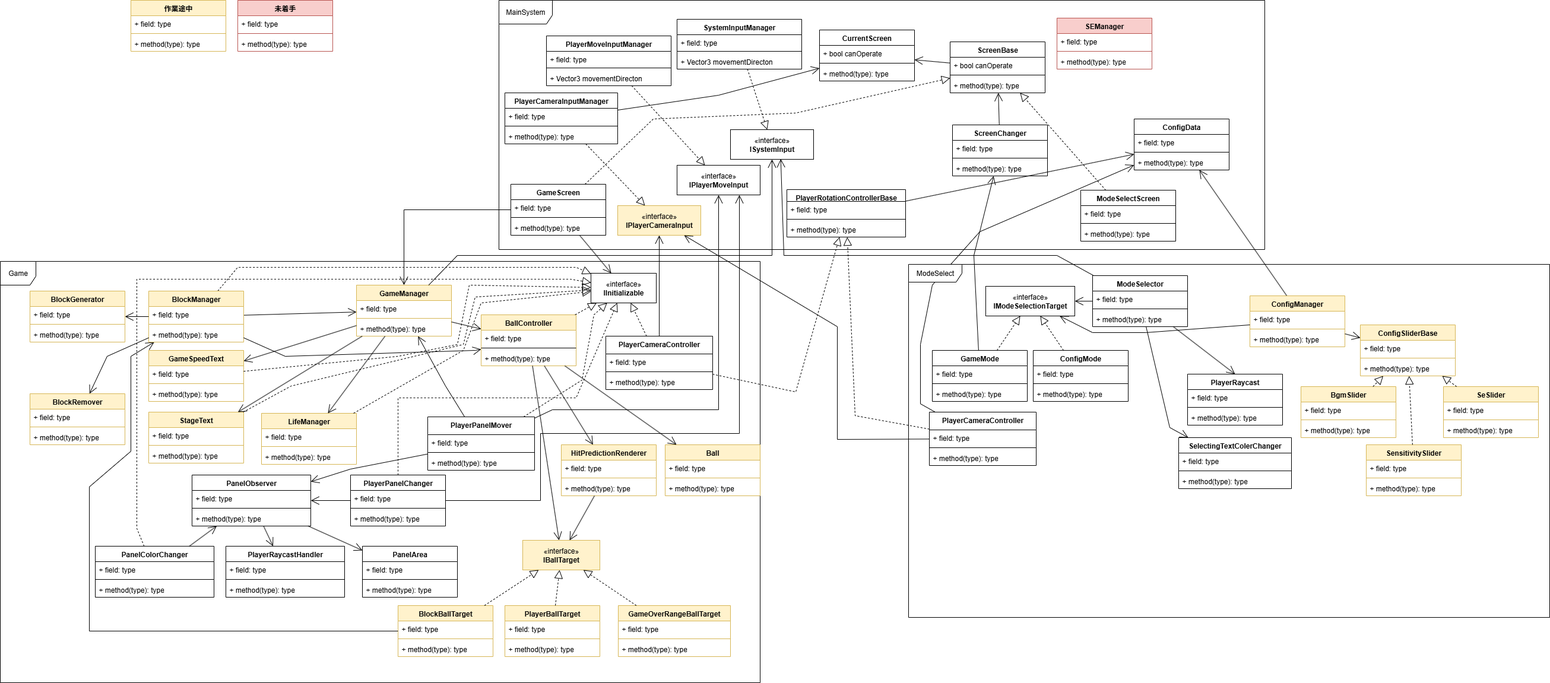
Above: BreakOut.drawio.png in UzukiAlto/3DBreakout (draw.io), before the change. Source tidied: cells renumbered, new cells last; positions are measured from the earlier drawing's top-left corner, leaving out a move shared by most shapes.
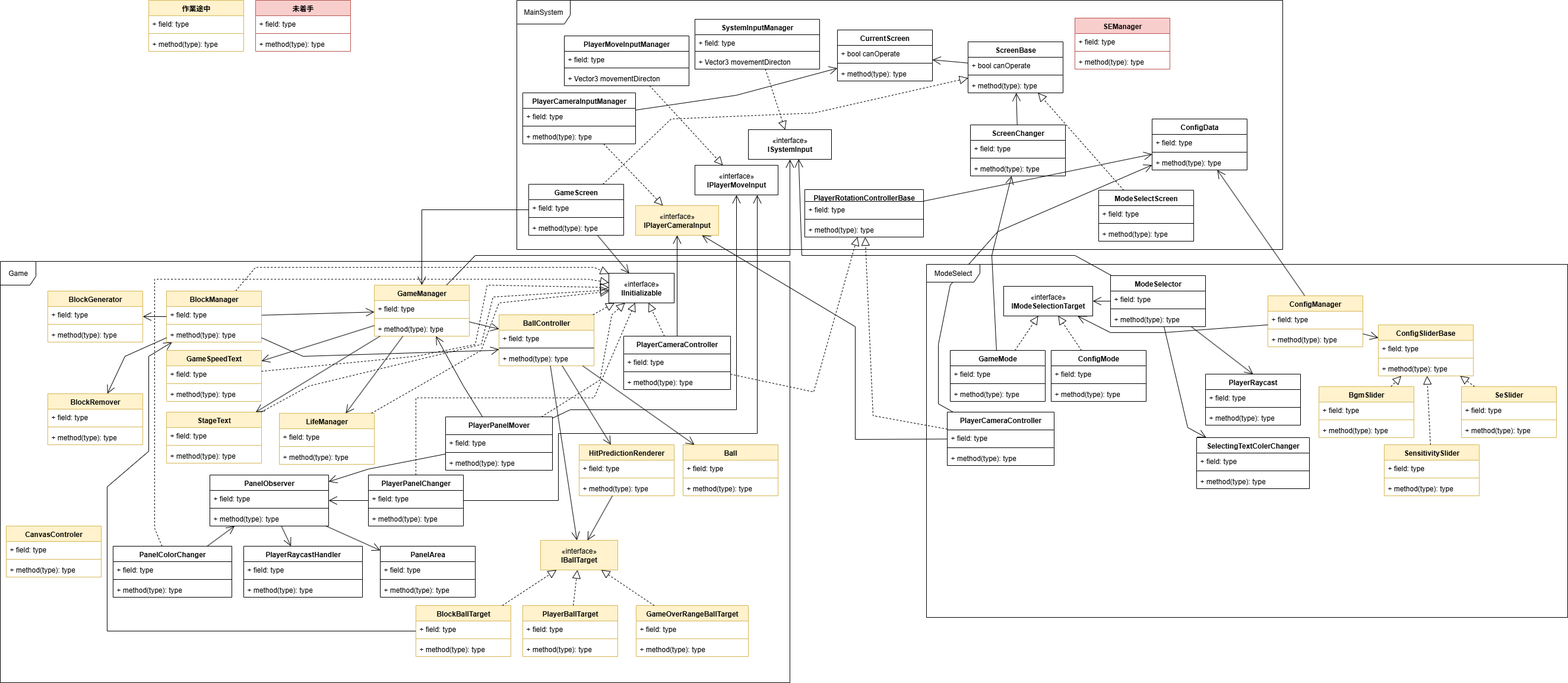
Later version of the same file.

Diff of the diagram source:
```diff
@@ -113,7 +113,7 @@
       </mxGeometry>
     </mxCell>
     <mxCell id="32" value="Game" style="shape=umlFrame;whiteSpace=wrap;html=1;width=60;height=40;" parent="1" vertex="1">
-      <mxGeometry y="440" width="1280" height="710" as="geometry" />
+      <mxGeometry x="-30" y="440" width="1330" height="710" as="geometry" />
     </mxCell>
     <mxCell id="33" value="LifeManager" style="swimlane;fontStyle=1;align=center;verticalAlign=top;horizontal=1;startSize=26;whiteSpace=wrap;html=1;fillColor=#fff2cc;strokeColor=#d6b656;" parent="1" vertex="1">
       <mxGeometry x="440" y="696" width="160" height="86" as="geometry" />
@@ -875,5 +875,17 @@
         </Array>
       </mxGeometry>
     </mxCell>
+    <mxCell id="250" value="CanvasControler" style="swimlane;fontStyle=1;align=center;verticalAlign=top;horizontal=1;startSize=26;whiteSpace=wrap;html=1;fillColor=#fff2cc;strokeColor=#d6b656;" parent="1" vertex="1">
+      <mxGeometry x="-20" y="886" width="160" height="86" as="geometry" />
+    </mxCell>
+    <mxCell id="251" value="+ field: type" style="text;strokeColor=none;fillColor=none;align=left;verticalAlign=top;spacingLeft=4;spacingRight=4;overflow=hidden;whiteSpace=wrap;html=1;" parent="250" vertex="1">
+      <mxGeometry y="26" width="160" height="26" as="geometry" />
+    </mxCell>
+    <mxCell id="252" style="line;strokeWidth=1;fillColor=none;align=left;verticalAlign=middle;spacingTop=-1;spacingLeft=3;spacingRight=3;labelPosition=right;strokeColor=inherit;" parent="250" vertex="1">
+      <mxGeometry y="52" width="160" height="8" as="geometry" />
+    </mxCell>
+    <mxCell id="253" value="+ method(type): type" style="text;strokeColor=none;fillColor=none;align=left;verticalAlign=top;spacingLeft=4;spacingRight=4;overflow=hidden;whiteSpace=wrap;html=1;" parent="250" vertex="1">
+      <mxGeometry y="60" width="160" height="26" as="geometry" />
+    </mxCell>
   </root>
 </mxGraphModel>
```
